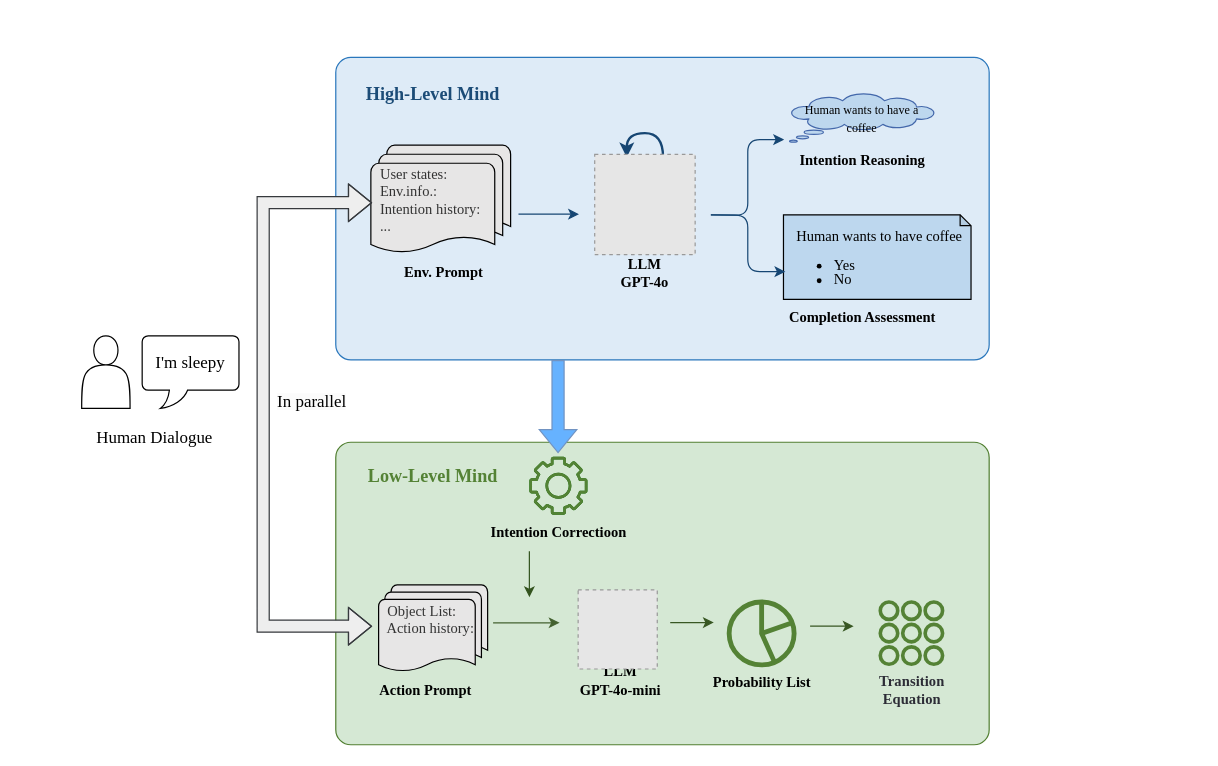
Above: 未命名绘图.drawio in Rinco1018/project_test (draw.io), before the change. Source tidied: cells renumbered, new cells numbered last; positions are measured from the earlier drawing's top-left corner, leaving out a move shared by most shapes. Both pictures are drawn from the tidied source at 121%, with x=0, y=0 at pixel (21, 21). Pictures stored in the file or linked from it are replaced by grey dashed boxes.
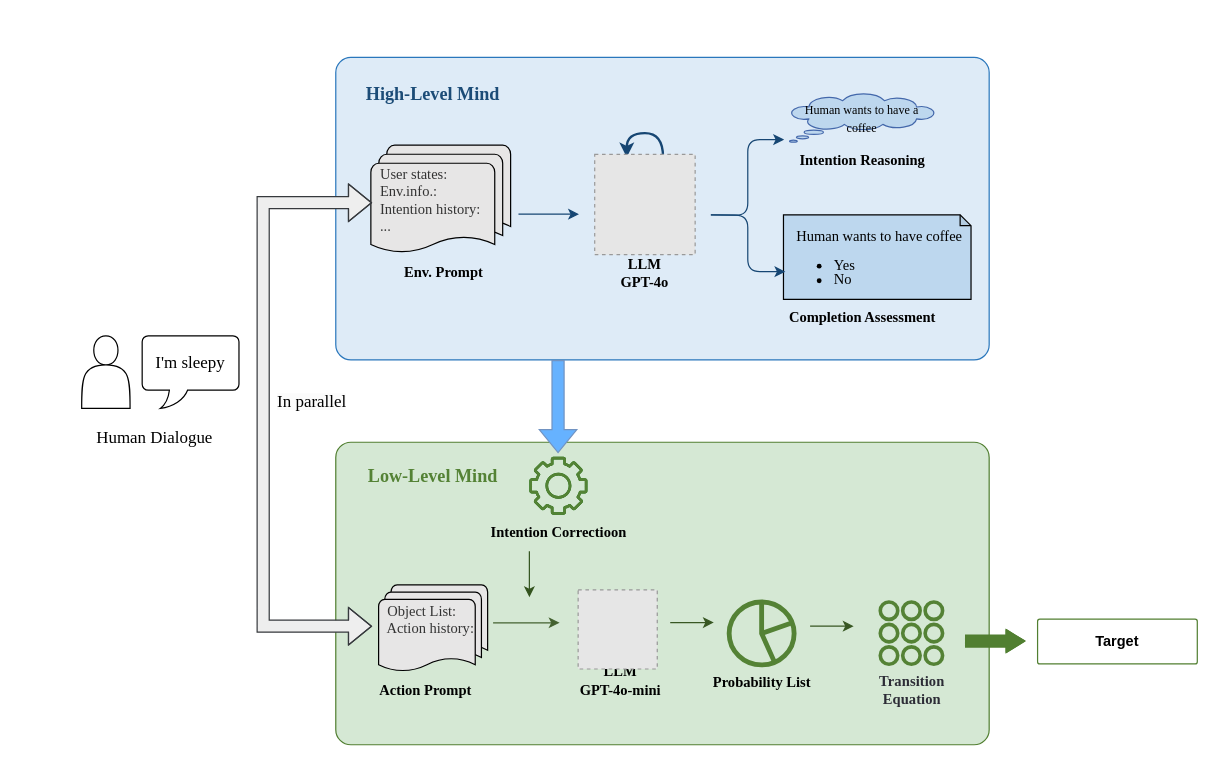
After the change.

Commit message:
更新未命名绘图.drawio

Unchanged cells that the change refers to:
```xml
<mxCell id="52" style="group;" parent="1" vertex="1">
  <mxGeometry x="680" y="480" width="130" height="82" as="geometry" />
</mxCell>
```

The edit, as a diff of the source:
```diff
@@
+    <mxCell id="55" style="shape=flexArrow;endArrow=classic;html=1;rounded=0;fillColor=light-dark(#517f31, #2566a8);strokeColor=light-dark(#517f31, #ededed);endWidth=8.045977011494253;endSize=4.83448275862069;" parent="52" edge="1">
+      <mxGeometry relative="1" as="geometry">
+        <mxPoint x="100" y="32.3" as="sourcePoint" />
+        <mxPoint x="150" y="32.3" as="targetPoint" />
+        <Array as="points">
+          <mxPoint x="110" y="32.3" />
+        </Array>
+      </mxGeometry>
+    </mxCell>
@@
+    <mxCell id="56" value="&lt;b&gt;Target&lt;/b&gt;" style="rounded=1;arcSize=5;whiteSpace=wrap;html=1;fillColor=light-dark(#ffffff, #1f2f1e);strokeColor=light-dark(#517f31, #446e2c);" parent="1" vertex="1">
+      <mxGeometry x="840" y="494.2" width="132" height="37" as="geometry" />
+    </mxCell>
```
